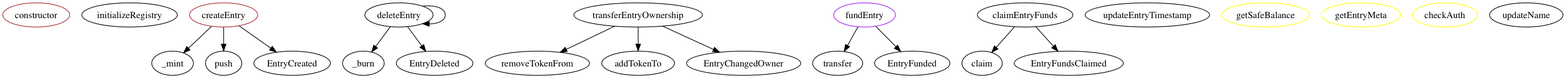
Above: docs/graphs/registry/registry.png in cybercongress/chaingear (Graphviz), before the change. Its source is kept beside it as docs/graphs/registry/registry.dot.
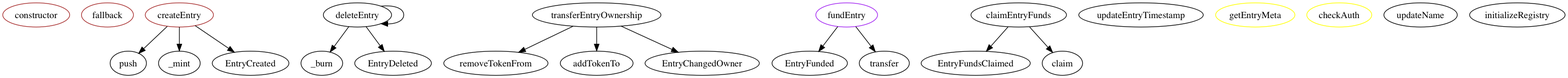
Above is the later version.

Diff of the diagram source:
```diff
@@ -1,9 +1,9 @@
 strict digraph {
   constructor [color=brown]
-  initializeRegistry
+  fallback [color=brown]
   createEntry [color=brown]
+  push
   _mint
-  push
   EntryCreated
   deleteEntry
   _burn
@@ -13,27 +13,27 @@
   addTokenTo
   EntryChangedOwner
   fundEntry [color=purple]
+  EntryFunded
   transfer
-  EntryFunded
   claimEntryFunds
+  EntryFundsClaimed
   claim
-  EntryFundsClaimed
   updateEntryTimestamp
-  getSafeBalance [color=yellow]
   getEntryMeta [color=yellow]
   checkAuth [color=yellow]
   updateName
+  initializeRegistry
+  createEntry -> push
   createEntry -> _mint
-  createEntry -> push
   createEntry -> EntryCreated
-  deleteEntry -> deleteEntry
   deleteEntry -> _burn
   deleteEntry -> EntryDeleted
+  deleteEntry -> deleteEntry
   transferEntryOwnership -> removeTokenFrom
   transferEntryOwnership -> addTokenTo
   transferEntryOwnership -> EntryChangedOwner
+  fundEntry -> EntryFunded
   fundEntry -> transfer
-  fundEntry -> EntryFunded
+  claimEntryFunds -> EntryFundsClaimed
   claimEntryFunds -> claim
-  claimEntryFunds -> EntryFundsClaimed
 }
```
